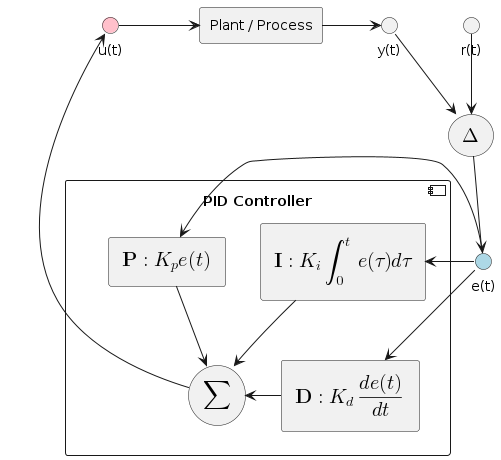
This is afm_spm_components/images/pid.png from nsulmol/documentation, a PlantUML export, as it was before one commit.
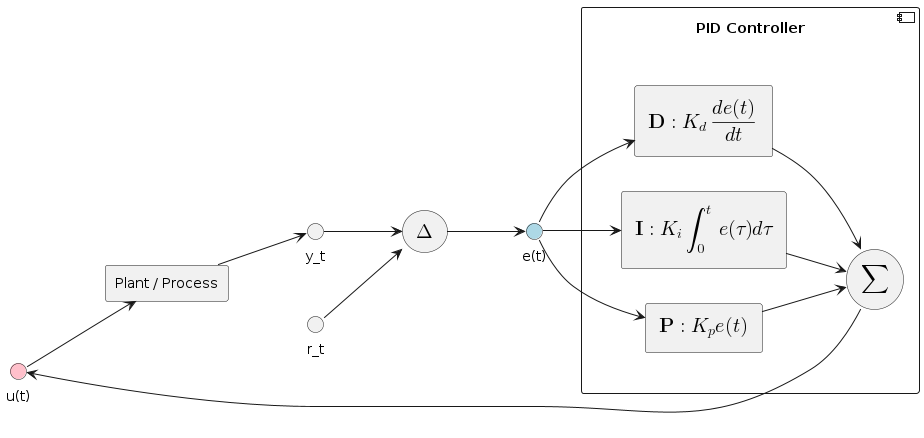
Above is the later version.

Change to the diagram source:
```diff
@@ -1,40 +1,39 @@
 @startuml
 !include style.puml
+left to right direction
 
-interface "r(t)" as r_t
-interface "y(t)" as y_t
 interface "e(t)" <<input>> as e_t
 interface "u(t)" <<output>> as u_t
 storage "<latex>\Delta</latex>" as diff
 rectangle "Plant / Process" as proc
 
-r_t -d-> diff
-y_t -d-> diff
-diff -d-> e_t
-u_t -> proc
-proc -> y_t
+r_t --> diff
+y_t --> diff
+diff --> e_t
+u_t --> proc
+proc --> y_t
 
 !startsub pid
 component "PID Controller" as pid {
-  rectangle "<latex>\textbf{P}: K_p e(t)</latex>" as pid_p
-  rectangle "<latex>\textbf{I}: K_i \int_{0}^{t}e(\tau)d\tau</latex>" as pid_i
-  rectangle "<latex>\textbf{D}: K_d \frac{de(t)}{dt}</latex>" as pid_d
+  package " " <<layout>> as pid_blocks {
+    rectangle "<latex>\textbf{P}: K_p e(t)</latex>" as pid_p
+    rectangle "<latex>\textbf{I}: K_i \int_{0}^{t}e(\tau)d\tau</latex>" as pid_i
+    rectangle "<latex>\textbf{D}: K_d \frac{de(t)}{dt}</latex>" as pid_d
+
+    pid_p -[hidden]right- pid_i
+    pid_i -[hidden]right- pid_d
+  }
   storage "<latex>\sum</latex>" as sum
 
-  e_t -[hidden]down- pid
-  pid_p -[hidden]right- pid_i
-  pid_i -[hidden]right- pid_d
-  pid_i -[hidden]down- sum
+  e_t --> pid_p
+  e_t --> pid_i
+  e_t --> pid_d
 
-  e_t -> pid_p
-  e_t -> pid_i
-  e_t -> pid_d
+  pid_p --> sum
+  pid_i --> sum
+  pid_d --> sum
 
-  pid_p -> sum
-  pid_i -> sum
-  pid_d -> sum
-
-  sum -> u_t
+  sum --> u_t
 }
 !endsub
 @enduml
```
